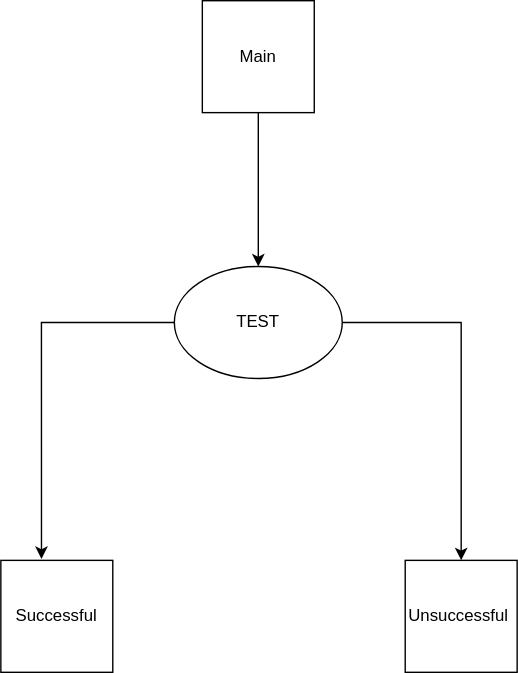
The draw.io diagram Untitled Diagram.drawio.svg in abhinavrana101/Notes, before a commit. Source tidied: cells renumbered, new cells last; positions are measured from the earlier drawing's top-left corner, leaving out a move shared by most shapes.
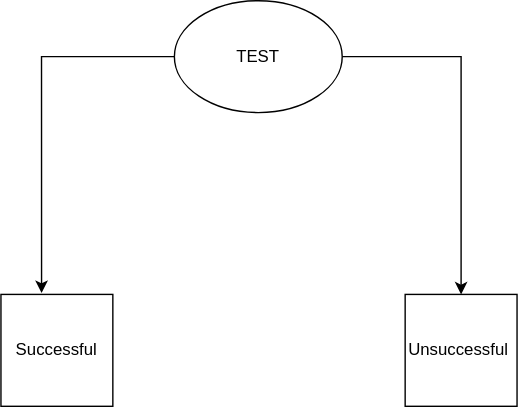
After the commit.

The edit, as a diff of the source:
```diff
@@ -17,13 +17,5 @@
     <mxCell id="6" value="Unsuccessful&amp;nbsp;" style="whiteSpace=wrap;html=1;" parent="1" vertex="1">
       <mxGeometry x="289" y="400" width="80" height="80" as="geometry" />
     </mxCell>
-    <mxCell id="7" style="edgeStyle=orthogonalEdgeStyle;rounded=0;jettySize=auto;html=1;exitX=0.5;exitY=1;exitDx=0;exitDy=0;" parent="1" edge="1" source="8">
-      <mxGeometry relative="1" as="geometry">
-        <mxPoint x="184" y="190" as="targetPoint" />
-      </mxGeometry>
-    </mxCell>
-    <mxCell id="8" value="Main" style="whiteSpace=wrap;html=1;" parent="1" vertex="1">
-      <mxGeometry x="144" width="80" height="80" as="geometry" />
-    </mxCell>
   </root>
 </mxGraphModel>
```
